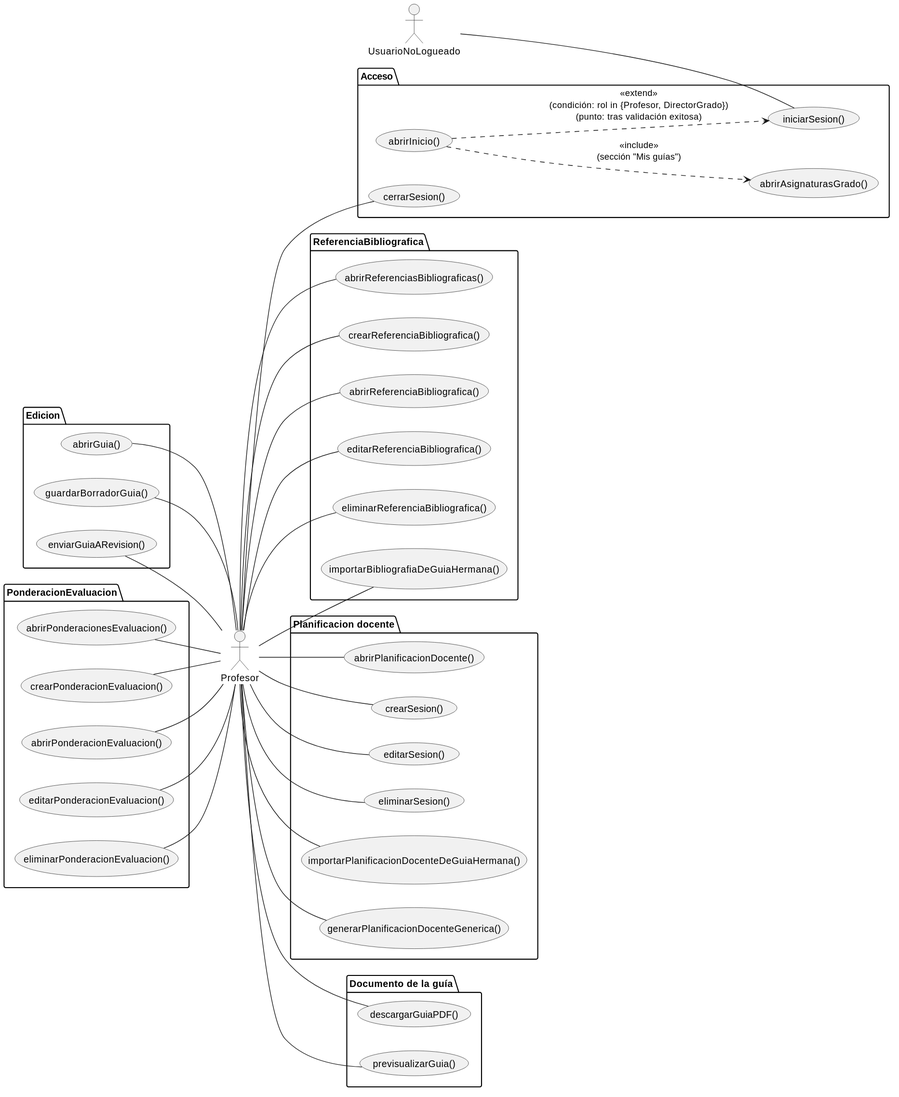
mmasias/pyCeldaPublico keeps this PlantUML diagram as images/RUP/01-requisitos/01-actores-casos-uso/actoresCasosUsoProfesor.svg. Above is the earlier version.
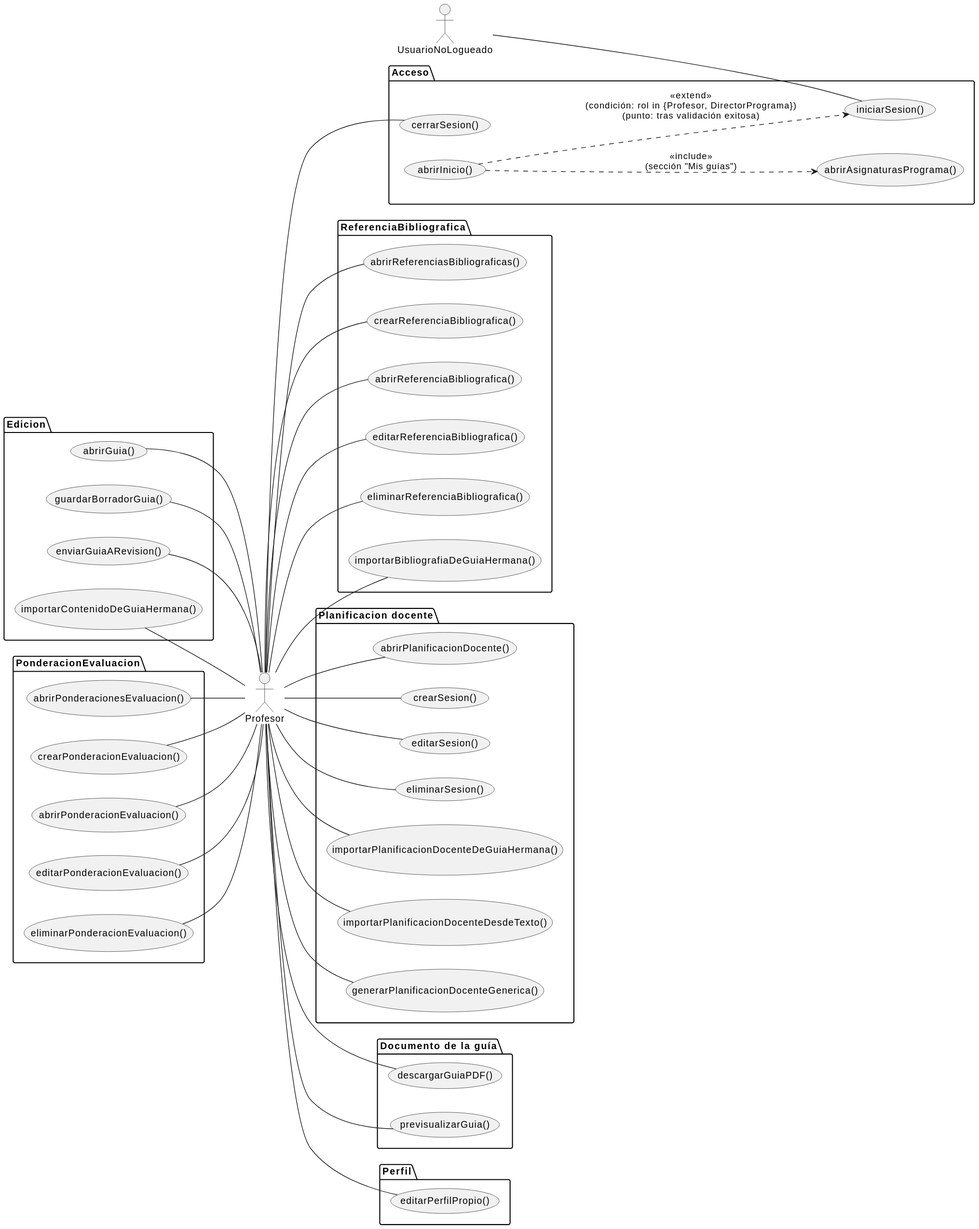
Later version of the same file.

What changed in the source:
```diff
@@ -9,18 +9,19 @@
   usecase iniciarSesion as "iniciarSesion()"
   usecase cerrarSesion as "cerrarSesion()"
   usecase abrirInicio as "abrirInicio()"
-  usecase abrirAsignaturasGrado as "abrirAsignaturasGrado()"
+  usecase abrirAsignaturasPrograma as "abrirAsignaturasPrograma()"
 }
 
 UsuarioNoLogueado -- iniciarSesion
 Profesor -- cerrarSesion
-abrirInicio ..> iniciarSesion : <<extend>>\n(condición: rol in {Profesor, DirectorGrado})\n(punto: tras validación exitosa)
-abrirInicio ..> abrirAsignaturasGrado : <<include>>\n(sección "Mis guías")
+abrirInicio ..> iniciarSesion : <<extend>>\n(condición: rol in {Profesor, DirectorPrograma})\n(punto: tras validación exitosa)
+abrirInicio ..> abrirAsignaturasPrograma : <<include>>\n(sección "Mis guías")
 
 package Edicion {
   usecase abrirGuia as "abrirGuia()"
   usecase guardarBorradorGuia as "guardarBorradorGuia()"
   usecase enviarGuiaARevision as "enviarGuiaARevision()"
+  usecase importarContenidoDeGuiaHermana as "importarContenidoDeGuiaHermana()"
 }
 
 package PonderacionEvaluacion {
@@ -46,6 +47,7 @@
   usecase editarSesion as "editarSesion()"
   usecase eliminarSesion as "eliminarSesion()"
   usecase importarPlanificacionDocenteDeGuiaHermana as "importarPlanificacionDocenteDeGuiaHermana()"
+  usecase importarPlanificacionDocenteDesdeTexto as "importarPlanificacionDocenteDesdeTexto()"
   usecase generarPlanificacionDocenteGenerica as "generarPlanificacionDocenteGenerica()"
 }
 
@@ -54,9 +56,16 @@
   usecase previsualizarGuia as "previsualizarGuia()"
 }
 
+package Perfil {
+  usecase editarPerfilPropio as "editarPerfilPropio()"
+}
+
+Profesor -- editarPerfilPropio
+
 abrirGuia -- Profesor
 guardarBorradorGuia -- Profesor
 enviarGuiaARevision -- Profesor
+importarContenidoDeGuiaHermana -- Profesor
 
 Profesor -- descargarGuiaPDF
 Profesor -- previsualizarGuia
@@ -79,5 +88,6 @@
 Profesor -- editarSesion
 Profesor -- eliminarSesion
 Profesor -- importarPlanificacionDocenteDeGuiaHermana
+Profesor -- importarPlanificacionDocenteDesdeTexto
 Profesor -- generarPlanificacionDocenteGenerica
 @enduml
```
